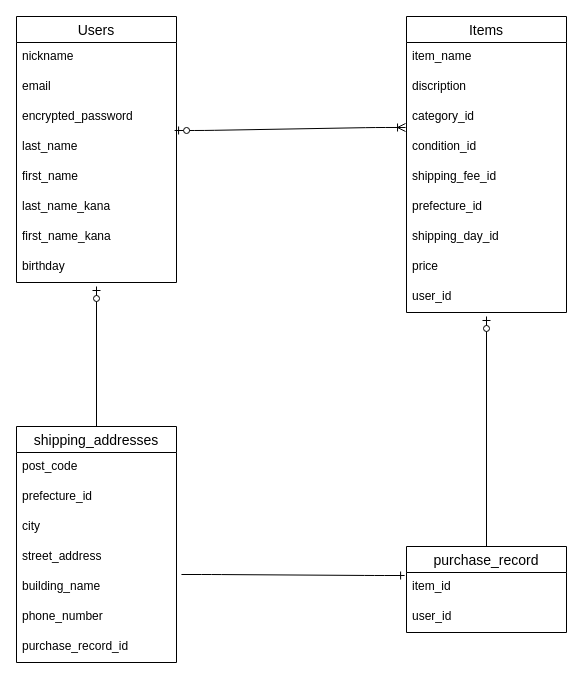
kenjii-tech/furima-41352 keeps this draw.io diagram as furima.dio. Above is the earlier version. Source tidied: cells renumbered, new cells numbered last; positions are measured from the earlier drawing's top-left corner, leaving out a move shared by most shapes. Both pictures are drawn from the tidied source at 100%, with x=0, y=0 at pixel (16, 16).
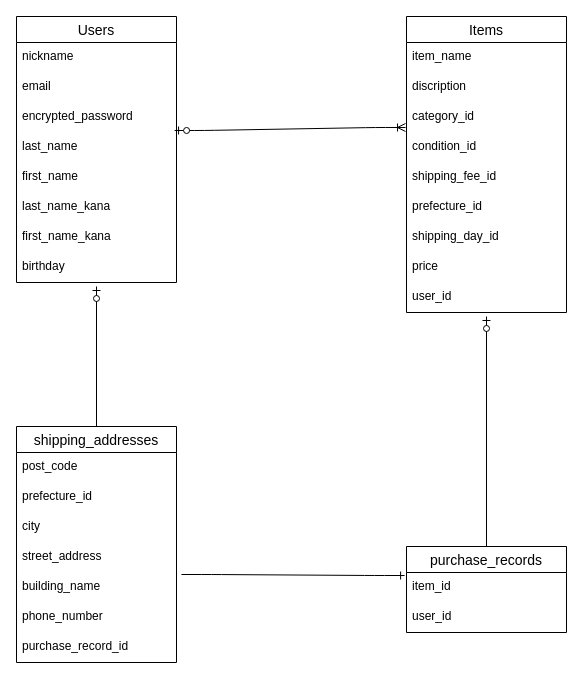
After the change.

Commit message (it also covers changes not shown here):
ER図、READMEの修正_5

Diff of the diagram source:
```diff
@@
-    <mxCell id="21" value="purchase_record" style="swimlane;fontStyle=0;horizontal=1;startSize=26;align=center;fontSize=14;" parent="1" vertex="1">
+    <mxCell id="21" value="purchase_records" style="swimlane;fontStyle=0;horizontal=1;startSize=26;align=center;fontSize=14;" parent="1" vertex="1">
       <mxGeometry x="390" y="530" width="160" height="86" as="geometry" />
     </mxCell>
```
